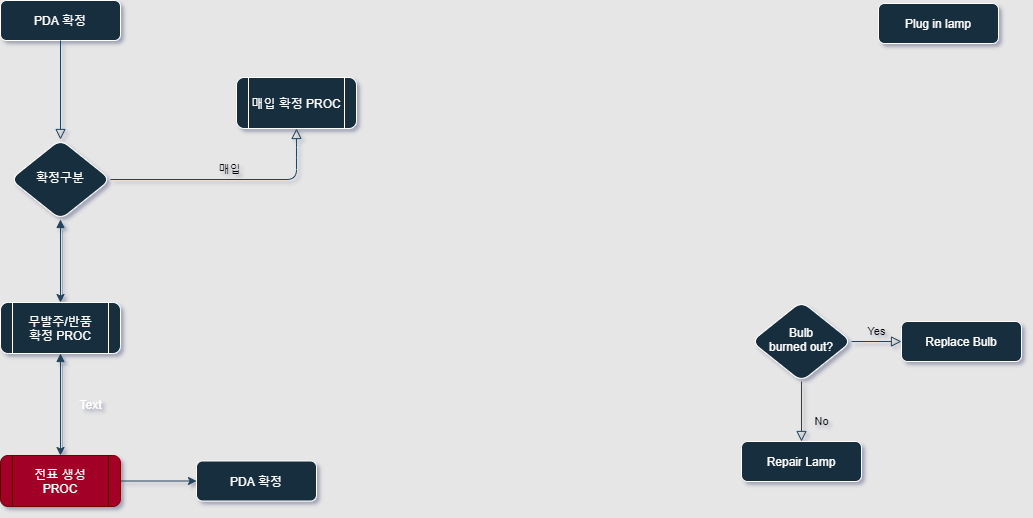
Above: New PDA Confrim.png in seunggeunjo/Flow-Chart (draw.io), before the change. Source tidied: cells renumbered, new cells last; positions are measured from the earlier drawing's top-left corner, leaving out a move shared by most shapes.
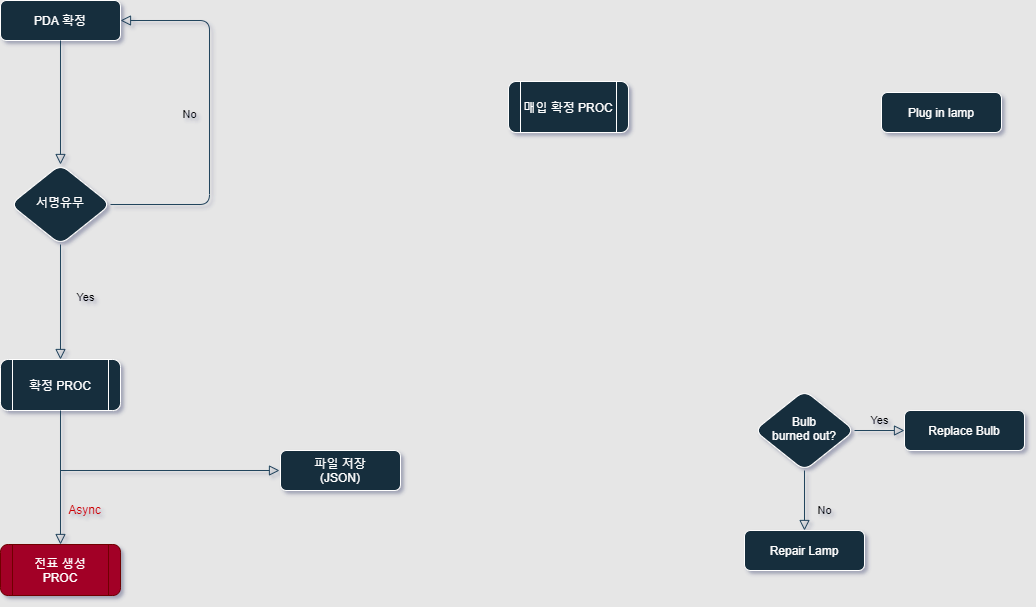
After the change.

The edit, as a diff of the source:
```diff
@@ -3,21 +3,10 @@
     <mxCell id="0" />
     <mxCell id="1" parent="0" />
     <mxCell id="2" value="PDA 확정" style="whiteSpace=wrap;html=1;fontSize=12;glass=0;strokeWidth=1;shadow=0;fillColor=#182E3E;strokeColor=#FFFFFF;fontColor=#FFFFFF;rounded=1;" parent="1" vertex="1">
-      <mxGeometry width="120" height="40" as="geometry" />
+      <mxGeometry x="-3" y="-89" width="120" height="40" as="geometry" />
     </mxCell>
-    <mxCell id="3" value="매입" style="edgeStyle=orthogonalEdgeStyle;html=1;jettySize=auto;fontSize=11;endArrow=block;endFill=0;endSize=8;strokeWidth=1;shadow=0;labelBackgroundColor=none;entryX=0.5;entryY=1;entryDx=0;entryDy=0;strokeColor=#23445D;" parent="1" edge="1" source="5" target="12">
-      <mxGeometry y="10" relative="1" as="geometry">
-        <Array as="points">
-          <mxPoint x="296" y="179" />
-          <mxPoint x="296" y="147" />
-        </Array>
-      </mxGeometry>
-    </mxCell>
-    <mxCell id="4" style="edgeStyle=orthogonalEdgeStyle;rounded=0;sketch=0;jettySize=auto;html=1;shadow=1;startArrow=block;startFill=1;strokeColor=#23445D;" parent="1" edge="1" source="5" target="14">
-      <mxGeometry relative="1" as="geometry" />
-    </mxCell>
-    <mxCell id="5" value="확정구분" style="rhombus;whiteSpace=wrap;html=1;shadow=0;fontFamily=Helvetica;fontSize=12;align=center;strokeWidth=1;spacing=6;spacingTop=-4;fillColor=#182E3E;strokeColor=#FFFFFF;fontColor=#FFFFFF;rounded=1;" parent="1" vertex="1">
-      <mxGeometry x="10" y="139" width="100" height="80" as="geometry" />
+    <mxCell id="5" value="서명유무" style="rhombus;whiteSpace=wrap;html=1;shadow=0;fontFamily=Helvetica;fontSize=12;align=center;strokeWidth=1;spacing=6;spacingTop=-4;fillColor=#182E3E;strokeColor=#FFFFFF;fontColor=#FFFFFF;rounded=1;" parent="1" vertex="1">
+      <mxGeometry x="7" y="75" width="100" height="80" as="geometry" />
     </mxCell>
     <mxCell id="6" value="Plug in lamp" style="whiteSpace=wrap;html=1;fontSize=12;glass=0;strokeWidth=1;shadow=0;fillColor=#182E3E;strokeColor=#FFFFFF;fontColor=#FFFFFF;rounded=1;" parent="1" vertex="1">
       <mxGeometry x="878" y="3" width="120" height="40" as="geometry" />
@@ -38,28 +27,42 @@
       <mxGeometry x="901" y="321" width="120" height="40" as="geometry" />
     </mxCell>
     <mxCell id="12" value="매입 확정 PROC" style="shape=process;whiteSpace=wrap;html=1;backgroundOutline=1;fillColor=#182E3E;strokeColor=#FFFFFF;fontColor=#FFFFFF;rounded=1;" parent="1" vertex="1">
-      <mxGeometry x="236" y="77" width="120" height="51" as="geometry" />
+      <mxGeometry x="505" y="-8" width="120" height="51" as="geometry" />
     </mxCell>
-    <mxCell id="13" style="edgeStyle=orthogonalEdgeStyle;rounded=0;sketch=0;jettySize=auto;html=1;shadow=1;startArrow=block;startFill=1;strokeColor=#23445D;" parent="1" edge="1" source="14" target="16">
-      <mxGeometry relative="1" as="geometry" />
-    </mxCell>
-    <mxCell id="14" value="무발주/반품&lt;br&gt;확정 PROC" style="shape=process;whiteSpace=wrap;html=1;backgroundOutline=1;fillColor=#182E3E;strokeColor=#FFFFFF;fontColor=#FFFFFF;rounded=1;" parent="1" vertex="1">
-      <mxGeometry y="302" width="120" height="51" as="geometry" />
+    <mxCell id="14" value="확정 PROC" style="shape=process;whiteSpace=wrap;html=1;backgroundOutline=1;fillColor=#182E3E;strokeColor=#FFFFFF;fontColor=#FFFFFF;rounded=1;" parent="1" vertex="1">
+      <mxGeometry x="-3" y="270" width="120" height="51" as="geometry" />
     </mxCell>
-    <mxCell id="15" style="edgeStyle=orthogonalEdgeStyle;curved=0;rounded=1;sketch=0;jettySize=auto;html=1;exitX=1;exitY=0.5;exitDx=0;exitDy=0;strokeColor=#23445D;" parent="1" edge="1" source="16" target="17">
-      <mxGeometry relative="1" as="geometry" />
-    </mxCell>
     <mxCell id="16" value="전표 생성&lt;br&gt;PROC" style="shape=process;whiteSpace=wrap;html=1;backgroundOutline=1;fillColor=#a20025;strokeColor=#6F0000;fontColor=#ffffff;rounded=1;" parent="1" vertex="1">
-      <mxGeometry y="455" width="120" height="51" as="geometry" />
+      <mxGeometry x="-3" y="455" width="120" height="51" as="geometry" />
     </mxCell>
-    <mxCell id="17" value="PDA 확정" style="whiteSpace=wrap;html=1;fontSize=12;glass=0;strokeWidth=1;shadow=0;fillColor=#182E3E;strokeColor=#FFFFFF;fontColor=#FFFFFF;rounded=1;" parent="1" vertex="1">
-      <mxGeometry x="196" y="460.5" width="120" height="40" as="geometry" />
-    </mxCell>
-    <mxCell id="18" value="Text" style="text;html=1;align=center;verticalAlign=middle;strokeColor=none;fontColor=#FFFFFF;" parent="1" vertex="1">
-      <mxGeometry x="70" y="394" width="40" height="20" as="geometry" />
+    <mxCell id="18" value="&lt;font&gt;Async&lt;/font&gt;" style="text;html=1;align=center;verticalAlign=middle;strokeColor=none;fontColor=#CC0000;" parent="1" vertex="1">
+      <mxGeometry x="59" y="411" width="43" height="18" as="geometry" />
     </mxCell>
     <mxCell id="19" style="edgeStyle=orthogonalEdgeStyle;html=1;jettySize=auto;fontSize=11;endArrow=block;endFill=0;endSize=8;strokeWidth=1;shadow=0;labelBackgroundColor=none;strokeColor=#23445D;exitX=0.5;exitY=1;exitDx=0;exitDy=0;" parent="1" edge="1" source="2" target="5">
       <mxGeometry x="-0.07" y="25" relative="1" as="geometry" />
     </mxCell>
+    <mxCell id="4" value="Yes" style="edgeStyle=orthogonalEdgeStyle;html=1;jettySize=auto;fontSize=11;endArrow=block;endFill=0;endSize=8;strokeWidth=1;shadow=0;labelBackgroundColor=none;strokeColor=#23445D;entryX=0.5;entryY=0;entryDx=0;entryDy=0;" parent="1" edge="1" source="5" target="14">
+      <mxGeometry x="-0.07" y="25" relative="1" as="geometry" />
+    </mxCell>
+    <mxCell id="13" style="edgeStyle=orthogonalEdgeStyle;html=1;jettySize=auto;fontSize=11;endArrow=block;endFill=0;endSize=8;strokeWidth=1;shadow=0;labelBackgroundColor=none;strokeColor=#23445D;entryX=0.5;entryY=0;entryDx=0;entryDy=0;" parent="1" edge="1" source="14" target="16">
+      <mxGeometry x="-0.07" y="25" relative="1" as="geometry" />
+    </mxCell>
+    <mxCell id="20" value="No" style="edgeStyle=orthogonalEdgeStyle;html=1;jettySize=auto;fontSize=11;endArrow=block;endFill=0;endSize=8;strokeWidth=1;shadow=0;labelBackgroundColor=none;strokeColor=#23445D;entryX=1;entryY=0.5;entryDx=0;entryDy=0;" parent="1" edge="1" source="5" target="2">
+      <mxGeometry x="0.02" y="20" relative="1" as="geometry">
+        <Array as="points">
+          <mxPoint x="206" y="115" />
+          <mxPoint x="206" y="-69" />
+        </Array>
+      </mxGeometry>
+    </mxCell>
+    <mxCell id="21" style="edgeStyle=orthogonalEdgeStyle;html=1;jettySize=auto;orthogonalLoop=1;fontSize=11;endArrow=block;endFill=0;endSize=8;strokeWidth=1;shadow=0;labelBackgroundColor=none;strokeColor=#23445D;" parent="1" edge="1">
+      <mxGeometry x="-0.07" y="25" relative="1" as="geometry">
+        <mxPoint x="57" y="381" as="sourcePoint" />
+        <mxPoint x="276" y="381" as="targetPoint" />
+      </mxGeometry>
+    </mxCell>
+    <mxCell id="22" value="파일 저장&lt;br&gt;(JSON)" style="whiteSpace=wrap;html=1;fontSize=12;glass=0;strokeWidth=1;shadow=0;fillColor=#182E3E;strokeColor=#FFFFFF;fontColor=#FFFFFF;rounded=1;" parent="1" vertex="1">
+      <mxGeometry x="277" y="361" width="120" height="40" as="geometry" />
+    </mxCell>
   </root>
 </mxGraphModel>
```
